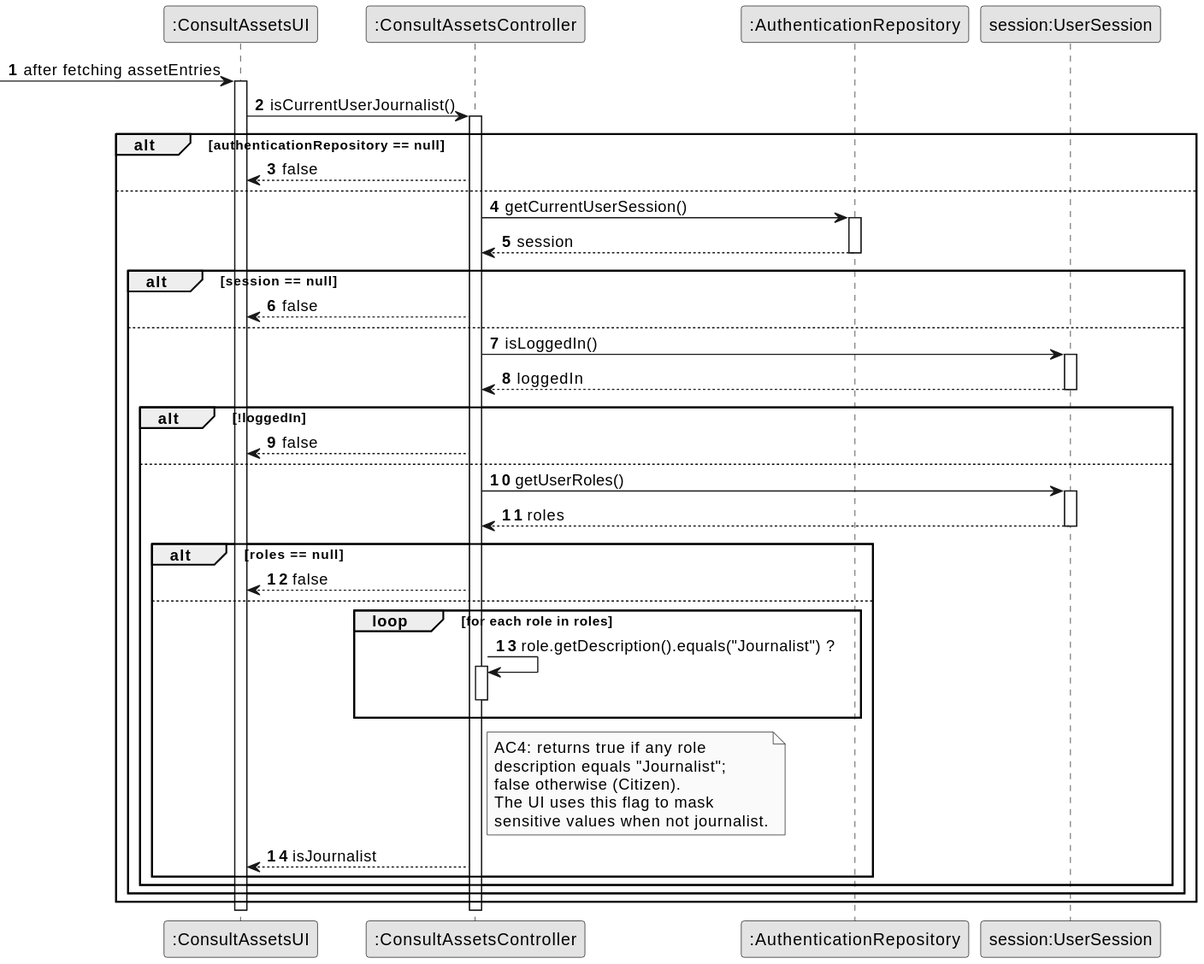
brunodspinto/crystal-clear-platform keeps this PlantUML diagram as docs/system-documentation/US11/03.design/svg/US11-SD-partial-get-current-user-role.svg. Above is the earlier version.
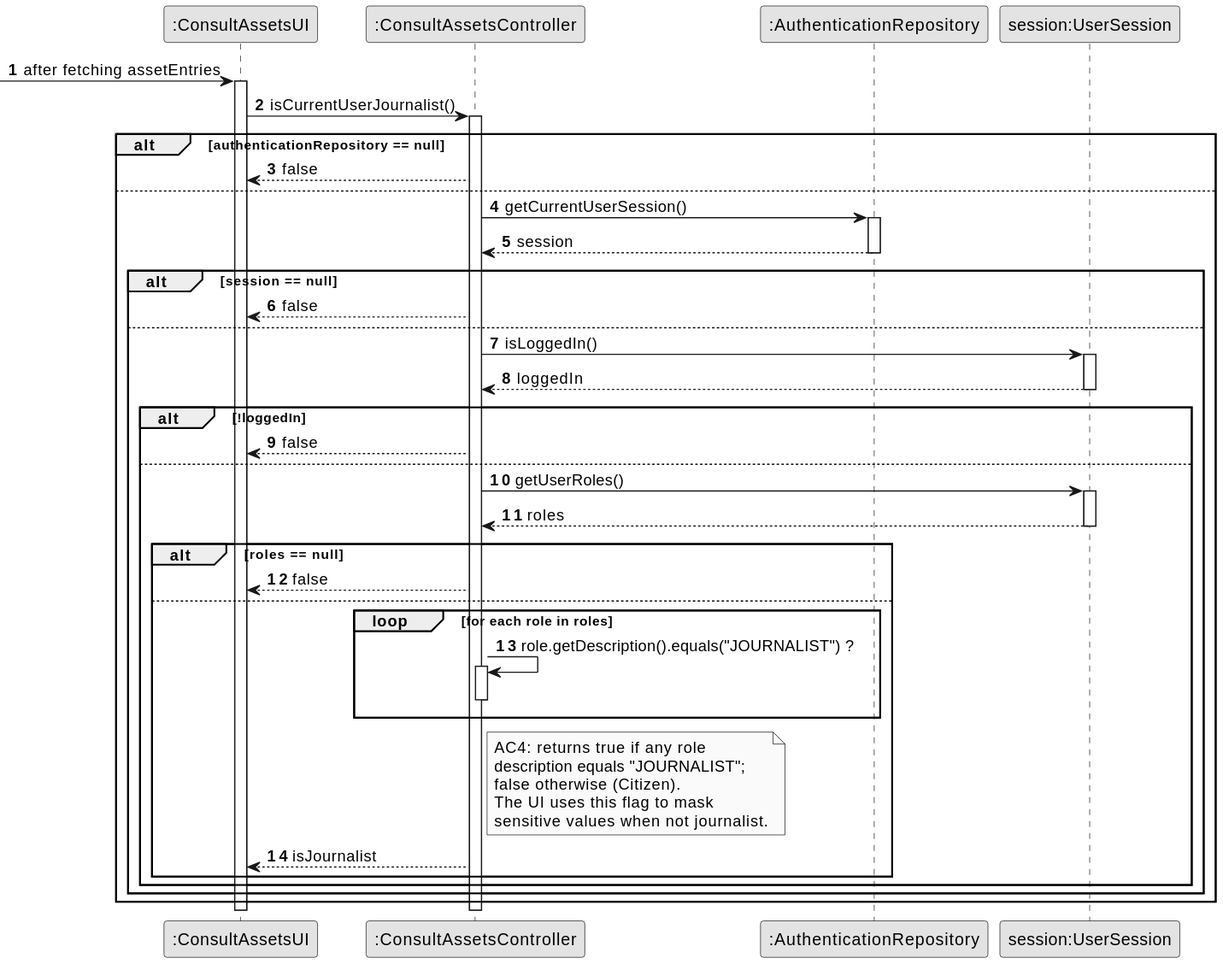
The same file after the commit.

Diff of the diagram source:
```diff
@@ -44,14 +44,14 @@
                         CTRL --> UI : false
                     else
                         loop for each role in roles
-                            CTRL -> CTRL : role.getDescription().equals("Journalist") ?
+                            CTRL -> CTRL : role.getDescription().equals("JOURNALIST") ?
                             activate CTRL
                             deactivate CTRL
                         end
 
                         note right of CTRL
                             AC4: returns true if any role
-                            description equals "Journalist";
+                            description equals "JOURNALIST";
                             false otherwise (Citizen).
                             The UI uses this flag to mask
                             sensitive values when not journalist.
```
